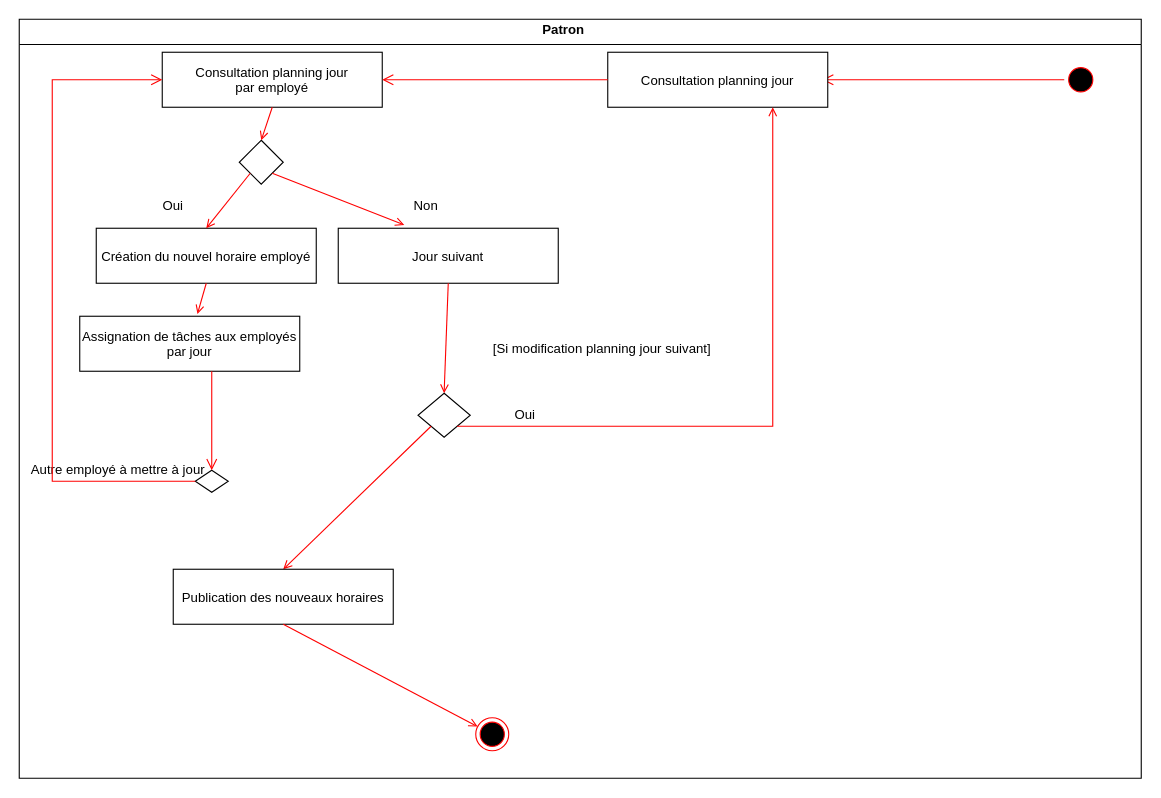
This is diagramme_activite.drawio from NHatim/aca, a draw.io file, before an edit. Source tidied: cells renumbered, new cells numbered last; positions are measured from the earlier drawing's top-left corner, leaving out a move shared by most shapes. Both pictures are drawn from the tidied source at 110%, with x=0, y=0 at pixel (19, 19).
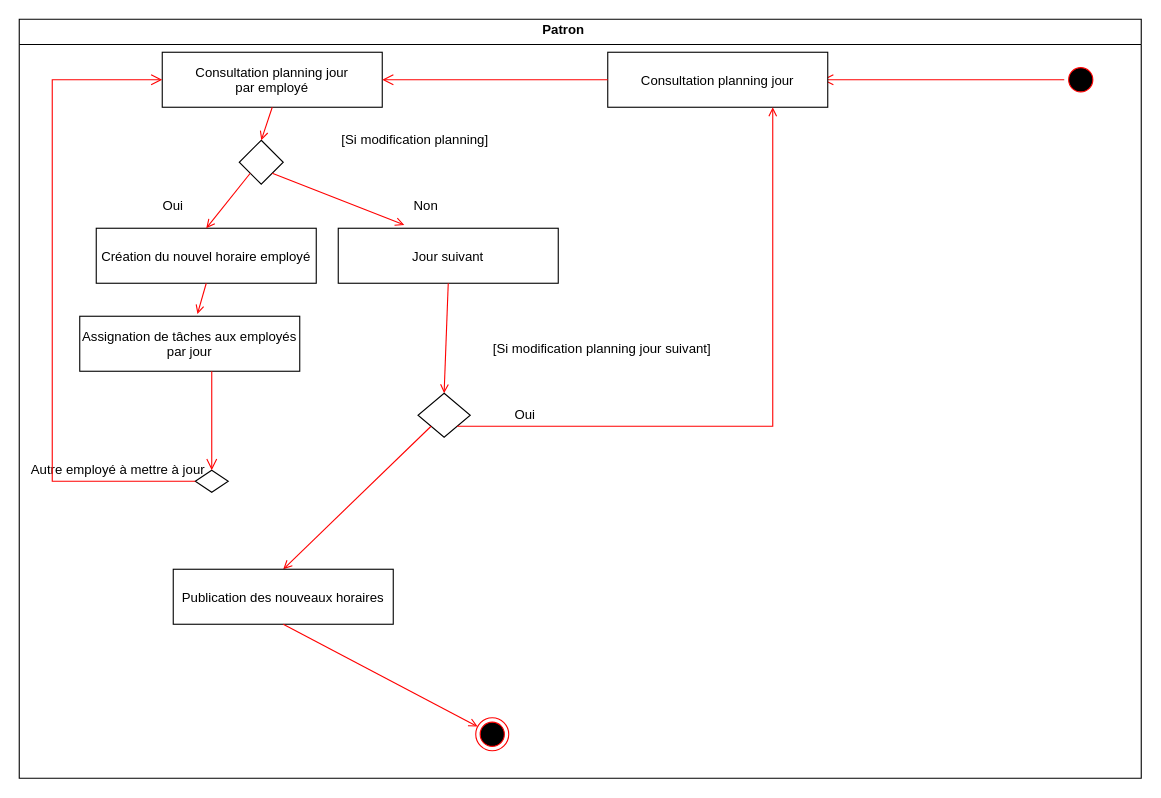
Above is the later version.

The change refers to these unchanged cells:
```xml
<mxCell id="2" style="swimlane;whiteSpace=wrap;" parent="1" vertex="1">
  <mxGeometry width="1020" height="690" as="geometry" />
</mxCell>
```

The edit, as a diff of the source:
```diff
@@
+    <mxCell id="32" value="[Si modification planning]" style="text;html=1;strokeColor=none;fillColor=none;align=center;verticalAlign=middle;whiteSpace=wrap;rounded=0;" parent="2" vertex="1">
+      <mxGeometry x="240" y="100" width="240" height="20" as="geometry" />
+    </mxCell>
```
